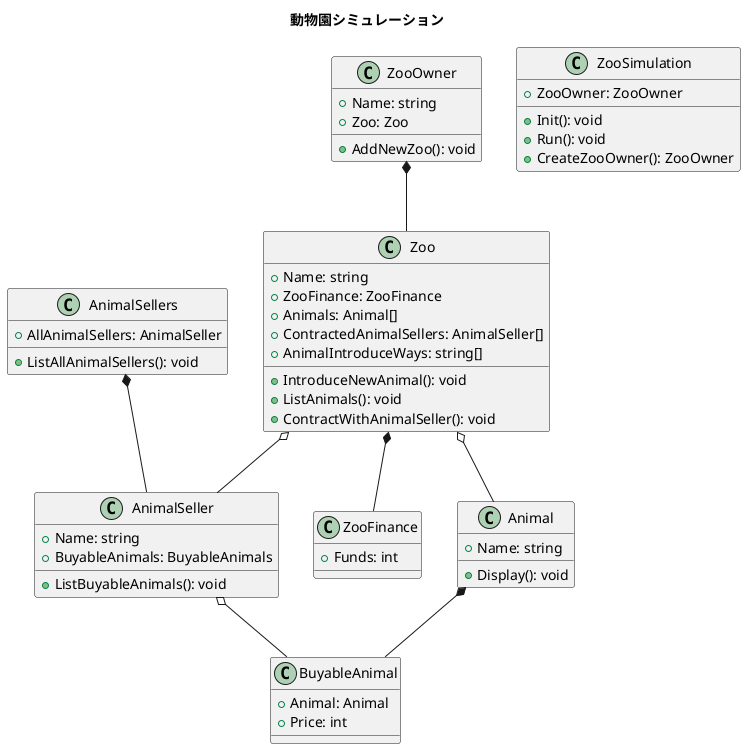
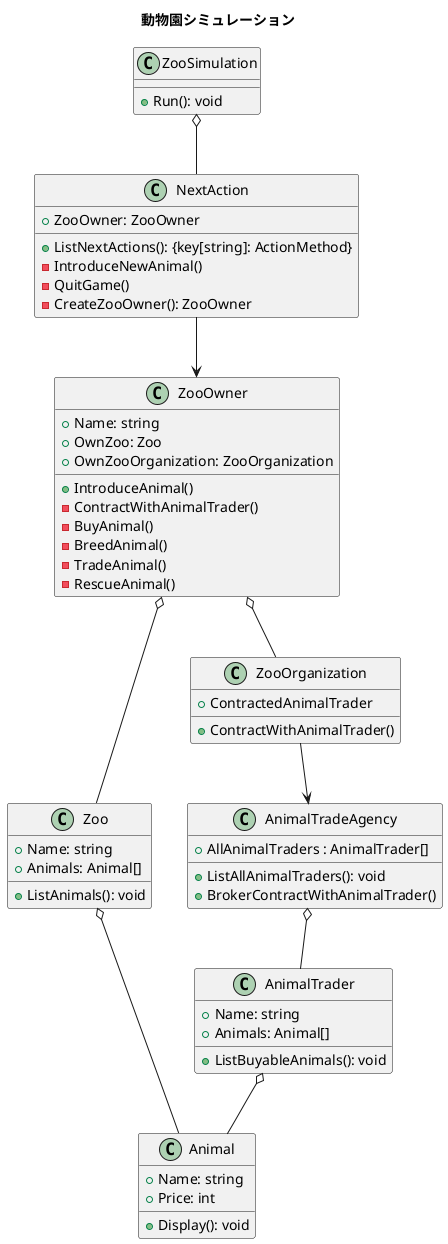
@startuml ZooSimulation
title 動物園シミュレーション

- ZooOwner *-- Zoo
- Zoo o-- AnimalSeller
- Zoo *-- ZooFinance
- AnimalSellers *-- AnimalSeller
- AnimalSeller o-- BuyableAnimal
- Animal *--  BuyableAnimal
+ ZooSimulation o-- NextAction
+ NextAction --> ZooOwner
+ ZooOwner o-- Zoo
+ ZooOwner o-- ZooOrganization
+ ZooOrganization --> AnimalTradeAgency
Zoo o-- Animal
+ AnimalTradeAgency o-- AnimalTrader
+ AnimalTrader o-- Animal

- class ZooSimulation{
+ class ZooSimulation {
+   + Run(): void
+ }
+ 
+ class NextAction {
  + ZooOwner: ZooOwner
-   + Init(): void
-   + Run(): void
-   + CreateZooOwner(): ZooOwner
+   + ListNextActions(): {key[string]: ActionMethod}
+   - IntroduceNewAnimal()
+   - QuitGame()
+   - CreateZooOwner(): ZooOwner
}

class ZooOwner {
  + Name: string
-   + Zoo: Zoo
-   + AddNewZoo(): void
+   + OwnZoo: Zoo
+   + OwnZooOrganization: ZooOrganization
+   + IntroduceAnimal()
+   - ContractWithAnimalTrader()
+   - BuyAnimal()
+   - BreedAnimal()
+   - TradeAnimal()
+   - RescueAnimal()
+ }
+ 
+ class ZooOrganization {
+   + ContractedAnimalTrader
+   + ContractWithAnimalTrader()
+ }
+ 
+ class Zoo {
+   + Name: string
+   + Animals: Animal[]
+   + ListAnimals(): void
}

class Animal {
  + Name: string
+   + Price: int
  + Display(): void
}

- class AnimalSeller {
+ class AnimalTrader {
  + Name: string
-   + BuyableAnimals: BuyableAnimals
+   + Animals: Animal[]
  + ListBuyableAnimals(): void
}
- class AnimalSellers {
-   + AllAnimalSellers: AnimalSeller
-   + ListAllAnimalSellers(): void
- }
- class BuyableAnimal {
-   + Animal: Animal
-   + Price: int
- }
- class Zoo {
-   + Name: string
-   + ZooFinance: ZooFinance
-   + Animals: Animal[]
-   + ContractedAnimalSellers: AnimalSeller[]
-   + AnimalIntroduceWays: string[]
-   + IntroduceNewAnimal(): void
-   + ListAnimals(): void
-   + ContractWithAnimalSeller(): void
- }
- class ZooFinance {
-   + Funds: int
+ class AnimalTradeAgency {
+   + AllAnimalTraders : AnimalTrader[]
+   + ListAllAnimalTraders(): void
+   + BrokerContractWithAnimalTrader()
}

@enduml
